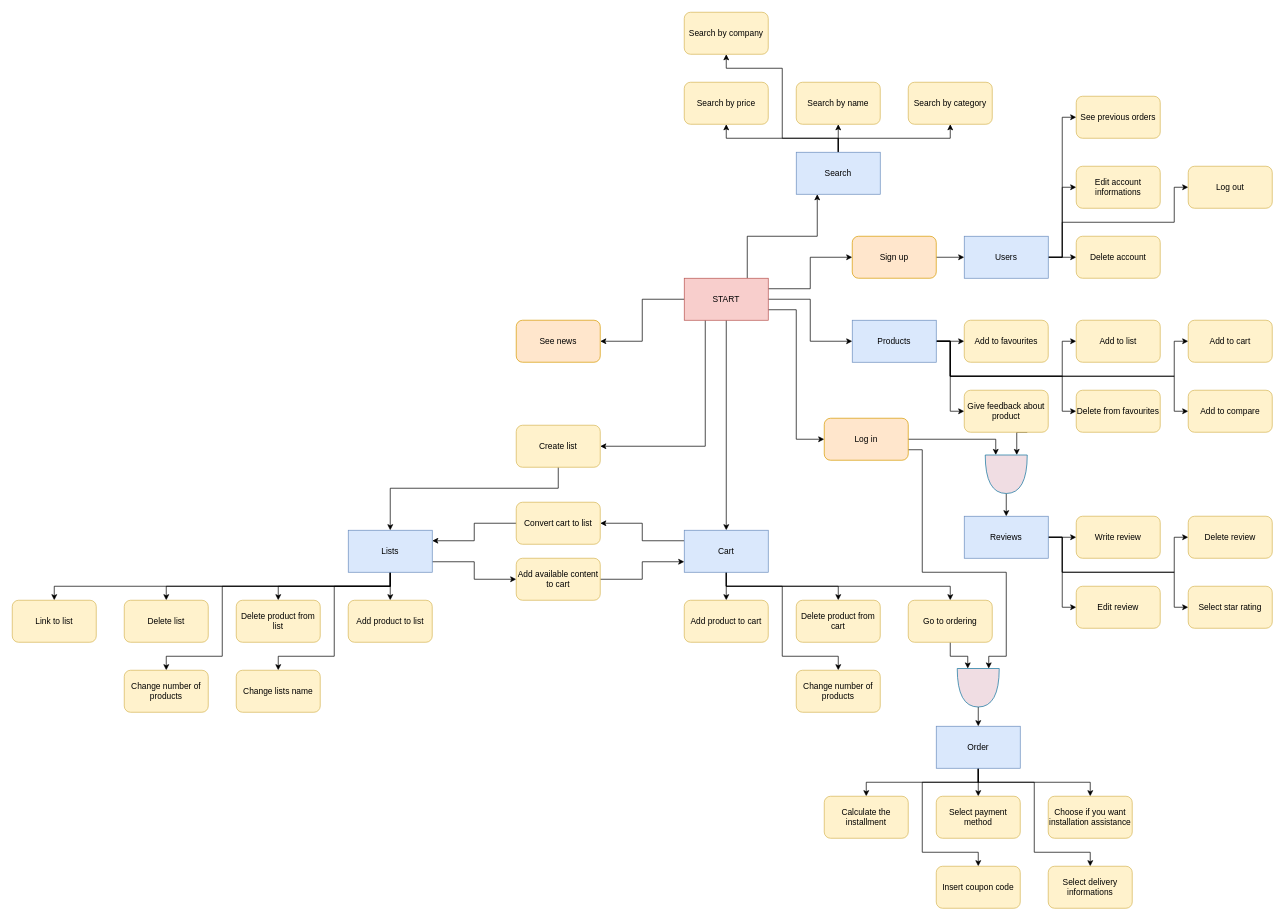
This is Documentation/DrawioFiles/functionalitiesSchema.drawio from Rumi152/X-KOMdb, a draw.io file, before an edit. Source tidied: cells renumbered, new cells numbered last; positions are measured from the earlier drawing's top-left corner, leaving out a move shared by most shapes. Both pictures are drawn from the tidied source at 70%, with x=0, y=0 at pixel (12, 12).
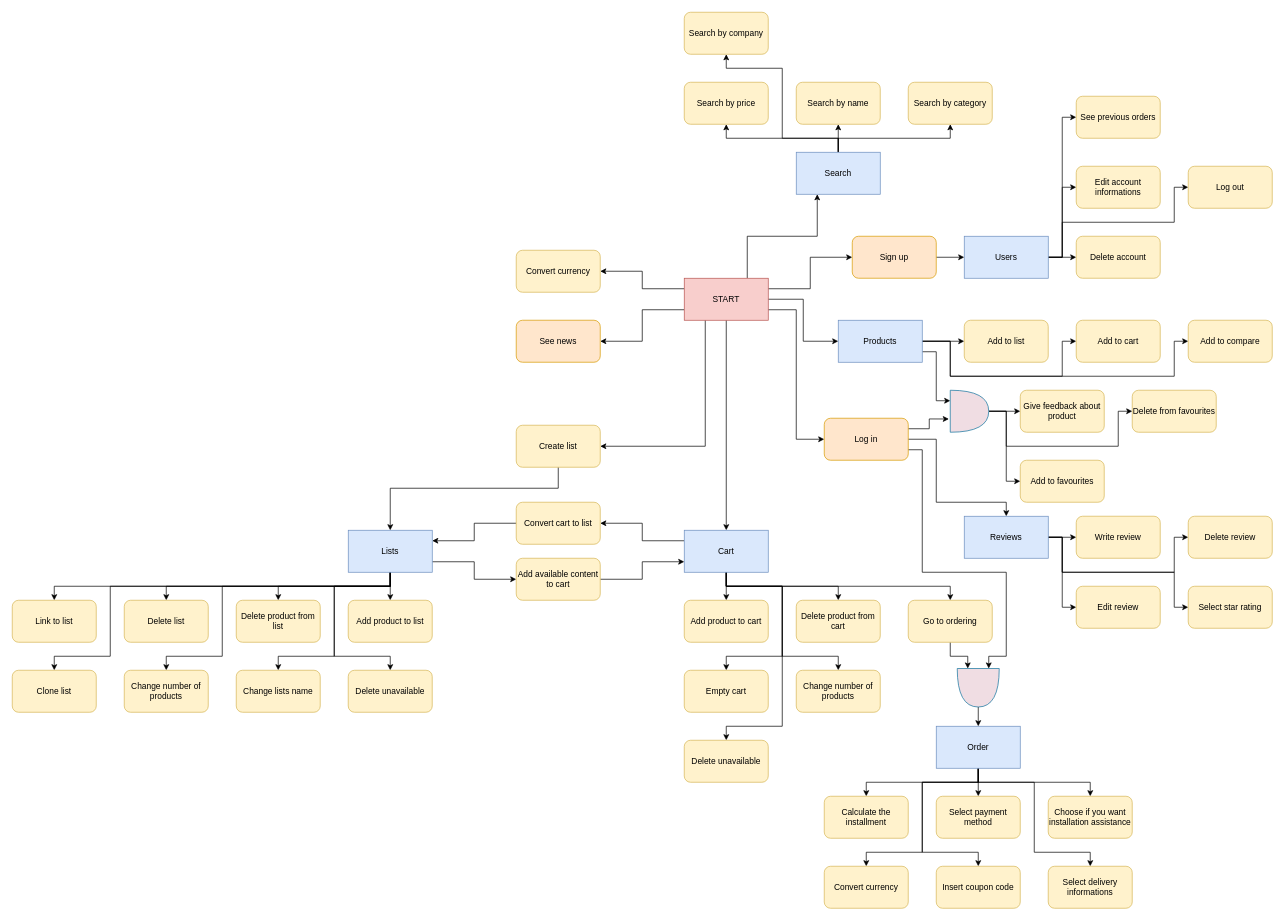
The same page after the edit.

Unchanged cells that the change refers to:
```xml
<mxCell id="9" value="START" style="rounded=0;whiteSpace=wrap;html=1;fillColor=#f8cecc;strokeColor=#b85450;fontColor=#000000;" parent="1" vertex="1">
  <mxGeometry x="960" y="380" width="120" height="60" as="geometry" />
</mxCell>
<mxCell id="12" value="Log in" style="rounded=1;whiteSpace=wrap;html=1;fillColor=#ffe6cc;strokeColor=#d79b00;fontColor=#000000;" parent="1" vertex="1">
  <mxGeometry x="1160" y="580" width="120" height="60" as="geometry" />
</mxCell>
<mxCell id="15" value="See news" style="rounded=1;whiteSpace=wrap;html=1;fillColor=#ffe6cc;strokeColor=#d79b00;fontColor=#000000;" parent="1" vertex="1">
  <mxGeometry x="720" y="440" width="120" height="60" as="geometry" />
</mxCell>
<mxCell id="26" value="Cart" style="rounded=0;whiteSpace=wrap;html=1;fillColor=#dae8fc;strokeColor=#6c8ebf;fontColor=#000000;" parent="1" vertex="1">
  <mxGeometry x="960" y="740" width="120" height="60" as="geometry" />
</mxCell>
<mxCell id="34" value="Lists" style="rounded=0;whiteSpace=wrap;html=1;fillColor=#dae8fc;strokeColor=#6c8ebf;fontColor=#000000;" parent="1" vertex="1">
  <mxGeometry x="480" y="740" width="120" height="60" as="geometry" />
</mxCell>
<mxCell id="46" value="Reviews" style="rounded=0;whiteSpace=wrap;html=1;fillColor=#dae8fc;strokeColor=#6c8ebf;fontColor=#000000;" parent="1" vertex="1">
  <mxGeometry x="1360" y="720" width="120" height="60" as="geometry" />
</mxCell>
<mxCell id="69" value="Order" style="rounded=0;whiteSpace=wrap;html=1;strokeColor=#6c8ebf;fontFamily=Helvetica;fontSize=12;fillColor=#dae8fc;fontColor=#000000;" parent="1" vertex="1">
  <mxGeometry x="1320" y="1020" width="120" height="60" as="geometry" />
</mxCell>
```

The edit, as a diff of the source:
```diff
@@
-    <mxCell id="7" style="edgeStyle=orthogonalEdgeStyle;rounded=0;jettySize=auto;html=1;exitX=0;exitY=0.5;exitDx=0;exitDy=0;entryX=1;entryY=0.5;entryDx=0;entryDy=0;fontFamily=Helvetica;fontSize=12;fontColor=#000000;" parent="1" edge="1" source="9" target="15">
+    <mxCell id="7" style="edgeStyle=orthogonalEdgeStyle;rounded=0;jettySize=auto;html=1;exitX=0;exitY=0.75;exitDx=0;exitDy=0;entryX=1;entryY=0.5;entryDx=0;entryDy=0;fontFamily=Helvetica;fontSize=12;fontColor=#000000;" parent="1" edge="1" source="9" target="15">
       <mxGeometry relative="1" as="geometry" />
     </mxCell>
@@
+    <mxCell id="103" style="edgeStyle=orthogonalEdgeStyle;rounded=0;jettySize=auto;html=1;exitX=0;exitY=0.25;exitDx=0;exitDy=0;entryX=1;entryY=0.5;entryDx=0;entryDy=0;fontFamily=Helvetica;fontSize=12;fontColor=#000000;" parent="1" edge="1" source="9" target="119">
+      <mxGeometry relative="1" as="geometry" />
+    </mxCell>
@@
-    <mxCell id="11" style="edgeStyle=orthogonalEdgeStyle;rounded=0;jettySize=auto;html=1;exitX=1;exitY=0.5;exitDx=0;exitDy=0;entryX=0;entryY=0.75;entryDx=0;entryDy=0;entryPerimeter=0;fontFamily=Helvetica;fontSize=12;fontColor=#000000;" parent="1" edge="1" source="12" target="93">
-      <mxGeometry relative="1" as="geometry" />
+    <mxCell id="11" style="edgeStyle=orthogonalEdgeStyle;rounded=0;jettySize=auto;html=1;exitX=1;exitY=0.5;exitDx=0;exitDy=0;entryX=0.5;entryY=0;entryDx=0;entryDy=0;fontFamily=Helvetica;fontSize=12;fontColor=#000000;" parent="1" edge="1" source="12" target="46">
+      <mxGeometry relative="1" as="geometry">
+        <Array as="points">
+          <mxPoint x="1320" y="610" />
+          <mxPoint x="1320" y="700" />
+          <mxPoint x="1420" y="700" />
+        </Array>
+      </mxGeometry>
     </mxCell>
+    <mxCell id="104" style="edgeStyle=orthogonalEdgeStyle;rounded=0;jettySize=auto;html=1;exitX=1;exitY=0.25;exitDx=0;exitDy=0;entryX=-0.036;entryY=0.684;entryDx=0;entryDy=0;entryPerimeter=0;" parent="1" edge="1" source="12" target="114">
+      <mxGeometry relative="1" as="geometry" />
+    </mxCell>
@@
+    <mxCell id="105" style="edgeStyle=orthogonalEdgeStyle;rounded=0;jettySize=auto;html=1;exitX=0.5;exitY=1;exitDx=0;exitDy=0;entryX=0.5;entryY=0;entryDx=0;entryDy=0;fontFamily=Helvetica;fontSize=12;fontColor=default;" parent="1" edge="1" source="26" target="116">
+      <mxGeometry relative="1" as="geometry">
+        <Array as="points">
+          <mxPoint x="1020" y="820" />
+          <mxPoint x="1100" y="820" />
+          <mxPoint x="1100" y="920" />
+          <mxPoint x="1020" y="920" />
+        </Array>
+      </mxGeometry>
+    </mxCell>
+    <mxCell id="106" style="edgeStyle=orthogonalEdgeStyle;rounded=0;jettySize=auto;html=1;exitX=0.5;exitY=1;exitDx=0;exitDy=0;entryX=0.5;entryY=0;entryDx=0;entryDy=0;fontFamily=Helvetica;fontSize=12;fontColor=default;" parent="1" edge="1" source="26" target="117">
+      <mxGeometry relative="1" as="geometry">
+        <Array as="points">
+          <mxPoint x="1020" y="820" />
+          <mxPoint x="1100" y="820" />
+          <mxPoint x="1100" y="1020" />
+          <mxPoint x="1020" y="1020" />
+        </Array>
+      </mxGeometry>
+    </mxCell>
@@
+    <mxCell id="107" style="edgeStyle=orthogonalEdgeStyle;rounded=0;jettySize=auto;html=1;exitX=0.5;exitY=1;exitDx=0;exitDy=0;entryX=0.5;entryY=0;entryDx=0;entryDy=0;" parent="1" edge="1" source="34" target="115">
+      <mxGeometry relative="1" as="geometry">
+        <Array as="points">
+          <mxPoint x="540" y="820" />
+          <mxPoint x="460" y="820" />
+          <mxPoint x="460" y="920" />
+          <mxPoint x="540" y="920" />
+        </Array>
+      </mxGeometry>
+    </mxCell>
+    <mxCell id="108" style="edgeStyle=orthogonalEdgeStyle;rounded=0;jettySize=auto;html=1;exitX=0.5;exitY=1;exitDx=0;exitDy=0;entryX=0.5;entryY=0;entryDx=0;entryDy=0;fontFamily=Helvetica;fontSize=12;fontColor=#000000;" parent="1" edge="1" source="34" target="118">
+      <mxGeometry relative="1" as="geometry">
+        <Array as="points">
+          <mxPoint x="540" y="820" />
+          <mxPoint x="140" y="820" />
+          <mxPoint x="140" y="920" />
+          <mxPoint x="60" y="920" />
+        </Array>
+      </mxGeometry>
+    </mxCell>
@@
-    <mxCell id="35" style="edgeStyle=orthogonalEdgeStyle;rounded=0;jettySize=auto;html=1;exitX=1;exitY=0.5;exitDx=0;exitDy=0;entryX=0;entryY=0.5;entryDx=0;entryDy=0;fontFamily=Helvetica;fontSize=12;fontColor=#000000;" parent="1" edge="1" source="41" target="86">
-      <mxGeometry relative="1" as="geometry" />
-    </mxCell>
     <mxCell id="36" style="edgeStyle=orthogonalEdgeStyle;rounded=0;jettySize=auto;html=1;exitX=1;exitY=0.5;exitDx=0;exitDy=0;entryX=0;entryY=0.5;entryDx=0;entryDy=0;fontFamily=Helvetica;fontSize=12;fontColor=#000000;" parent="1" edge="1" source="41" target="88">
       <mxGeometry relative="1" as="geometry">
         <Array as="points">
           <mxPoint x="1340" y="470" />
-          <mxPoint x="1340" y="520" />
-          <mxPoint x="1500" y="520" />
-          <mxPoint x="1500" y="470" />
+          <mxPoint x="1340" y="470" />
         </Array>
       </mxGeometry>
     </mxCell>
     <mxCell id="37" style="edgeStyle=orthogonalEdgeStyle;rounded=0;jettySize=auto;html=1;exitX=1;exitY=0.5;exitDx=0;exitDy=0;entryX=0;entryY=0.5;entryDx=0;entryDy=0;fontFamily=Helvetica;fontSize=12;fontColor=#000000;" parent="1" edge="1" source="41" target="89">
       <mxGeometry relative="1" as="geometry">
         <Array as="points">
           <mxPoint x="1340" y="470" />
           <mxPoint x="1340" y="520" />
-          <mxPoint x="1660" y="520" />
-          <mxPoint x="1660" y="470" />
+          <mxPoint x="1500" y="520" />
+          <mxPoint x="1500" y="470" />
         </Array>
       </mxGeometry>
     </mxCell>
-    <mxCell id="38" style="edgeStyle=orthogonalEdgeStyle;rounded=0;jettySize=auto;html=1;exitX=1;exitY=0.5;exitDx=0;exitDy=0;entryX=0;entryY=0.5;entryDx=0;entryDy=0;fontFamily=Helvetica;fontSize=12;fontColor=#000000;" parent="1" edge="1" source="41" target="91">
-      <mxGeometry relative="1" as="geometry" />
-    </mxCell>
-    <mxCell id="39" style="edgeStyle=orthogonalEdgeStyle;rounded=0;jettySize=auto;html=1;exitX=1;exitY=0.5;exitDx=0;exitDy=0;entryX=0;entryY=0.5;entryDx=0;entryDy=0;fontFamily=Helvetica;fontSize=12;fontColor=#000000;" parent="1" edge="1" source="41" target="87">
-      <mxGeometry relative="1" as="geometry">
-        <Array as="points">
-          <mxPoint x="1340" y="470" />
-          <mxPoint x="1340" y="520" />
-          <mxPoint x="1500" y="520" />
-          <mxPoint x="1500" y="570" />
-        </Array>
-      </mxGeometry>
-    </mxCell>
     <mxCell id="40" style="edgeStyle=orthogonalEdgeStyle;rounded=0;jettySize=auto;html=1;exitX=1;exitY=0.5;exitDx=0;exitDy=0;entryX=0;entryY=0.5;entryDx=0;entryDy=0;fontFamily=Helvetica;fontSize=12;fontColor=#000000;" parent="1" edge="1" source="41" target="97">
       <mxGeometry relative="1" as="geometry">
         <Array as="points">
           <mxPoint x="1340" y="470" />
           <mxPoint x="1340" y="520" />
           <mxPoint x="1660" y="520" />
-          <mxPoint x="1660" y="570" />
+          <mxPoint x="1660" y="470" />
         </Array>
       </mxGeometry>
     </mxCell>
+    <mxCell id="109" style="edgeStyle=orthogonalEdgeStyle;rounded=0;jettySize=auto;html=1;exitX=1;exitY=0.75;exitDx=0;exitDy=0;entryX=0;entryY=0.25;entryDx=0;entryDy=0;entryPerimeter=0;" parent="1" edge="1" source="41" target="114">
+      <mxGeometry relative="1" as="geometry" />
+    </mxCell>
     <mxCell id="41" value="Products" style="rounded=0;whiteSpace=wrap;html=1;fillColor=#dae8fc;strokeColor=#6c8ebf;fontColor=#000000;" parent="1" vertex="1">
-      <mxGeometry x="1200" y="440" width="120" height="60" as="geometry" />
+      <mxGeometry x="1180" y="440" width="120" height="60" as="geometry" />
     </mxCell>
@@
+    <mxCell id="110" style="edgeStyle=orthogonalEdgeStyle;rounded=0;jettySize=auto;html=1;exitX=0.5;exitY=1;exitDx=0;exitDy=0;entryX=0.5;entryY=0;entryDx=0;entryDy=0;fontFamily=Helvetica;fontSize=12;fontColor=#000000;" parent="1" edge="1" source="69" target="120">
+      <mxGeometry relative="1" as="geometry">
+        <Array as="points">
+          <mxPoint x="1380" y="1100" />
+          <mxPoint x="1300" y="1100" />
+          <mxPoint x="1300" y="1200" />
+          <mxPoint x="1220" y="1200" />
+        </Array>
+      </mxGeometry>
+    </mxCell>
@@
     <mxCell id="86" value="Add to favourites" style="rounded=1;whiteSpace=wrap;html=1;strokeColor=#d6b656;fontFamily=Helvetica;fontSize=12;fontColor=#000000;fillColor=#fff2cc;" parent="1" vertex="1">
-      <mxGeometry x="1360" y="440" width="120" height="60" as="geometry" />
+      <mxGeometry x="1440" y="640" width="120" height="60" as="geometry" />
     </mxCell>
     <mxCell id="87" value="Delete from favourites" style="rounded=1;whiteSpace=wrap;html=1;strokeColor=#d6b656;fontFamily=Helvetica;fontSize=12;fontColor=#000000;fillColor=#fff2cc;" parent="1" vertex="1">
-      <mxGeometry x="1520" y="540" width="120" height="60" as="geometry" />
+      <mxGeometry x="1600" y="540" width="120" height="60" as="geometry" />
     </mxCell>
     <mxCell id="88" value="Add to list" style="rounded=1;whiteSpace=wrap;html=1;strokeColor=#d6b656;fontFamily=Helvetica;fontSize=12;fontColor=#000000;fillColor=#fff2cc;" parent="1" vertex="1">
-      <mxGeometry x="1520" y="440" width="120" height="60" as="geometry" />
+      <mxGeometry x="1360" y="440" width="120" height="60" as="geometry" />
     </mxCell>
     <mxCell id="89" value="Add to cart" style="rounded=1;whiteSpace=wrap;html=1;strokeColor=#d6b656;fontFamily=Helvetica;fontSize=12;fontColor=#000000;fillColor=#fff2cc;" parent="1" vertex="1">
-      <mxGeometry x="1680" y="440" width="120" height="60" as="geometry" />
+      <mxGeometry x="1520" y="440" width="120" height="60" as="geometry" />
     </mxCell>
-    <mxCell id="90" style="edgeStyle=orthogonalEdgeStyle;rounded=0;jettySize=auto;html=1;exitX=0.75;exitY=1;exitDx=0;exitDy=0;entryX=0;entryY=0.25;entryDx=0;entryDy=0;entryPerimeter=0;fontFamily=Helvetica;fontSize=12;fontColor=#000000;" parent="1" edge="1" source="91" target="93">
-      <mxGeometry relative="1" as="geometry" />
-    </mxCell>
     <mxCell id="91" value="Give feedback about product" style="rounded=1;whiteSpace=wrap;html=1;strokeColor=#d6b656;fontFamily=Helvetica;fontSize=12;fontColor=#000000;fillColor=#fff2cc;" parent="1" vertex="1">
-      <mxGeometry x="1360" y="540" width="120" height="60" as="geometry" />
+      <mxGeometry x="1440" y="540" width="120" height="60" as="geometry" />
     </mxCell>
-    <mxCell id="92" style="edgeStyle=orthogonalEdgeStyle;rounded=0;jettySize=auto;html=1;exitX=1;exitY=0.5;exitDx=0;exitDy=0;exitPerimeter=0;entryX=0.5;entryY=0;entryDx=0;entryDy=0;fontFamily=Helvetica;fontSize=12;fontColor=#000000;" parent="1" edge="1" source="93" target="46">
-      <mxGeometry relative="1" as="geometry" />
-    </mxCell>
-    <mxCell id="93" style="shape=or;whiteSpace=wrap;html=1;rounded=1;strokeColor=#10739e;fontFamily=Helvetica;fontSize=12;fillColor=#F0DDE3;rotation=90;fontColor=#000000;" parent="1" vertex="1">
-      <mxGeometry x="1392.5" y="630" width="55" height="60" as="geometry" />
-    </mxCell>
@@
     <mxCell id="97" value="Add to compare" style="rounded=1;whiteSpace=wrap;html=1;strokeColor=#d6b656;fontFamily=Helvetica;fontSize=12;fontColor=#000000;fillColor=#fff2cc;" parent="1" vertex="1">
-      <mxGeometry x="1680" y="540" width="120" height="60" as="geometry" />
+      <mxGeometry x="1680" y="440" width="120" height="60" as="geometry" />
     </mxCell>
@@
+    <mxCell id="111" style="edgeStyle=orthogonalEdgeStyle;rounded=0;jettySize=auto;html=1;exitX=1;exitY=0.5;exitDx=0;exitDy=0;exitPerimeter=0;entryX=0;entryY=0.5;entryDx=0;entryDy=0;" parent="1" edge="1" source="114" target="91">
+      <mxGeometry relative="1" as="geometry" />
+    </mxCell>
+    <mxCell id="112" style="edgeStyle=orthogonalEdgeStyle;rounded=0;jettySize=auto;html=1;exitX=1;exitY=0.5;exitDx=0;exitDy=0;exitPerimeter=0;entryX=0;entryY=0.5;entryDx=0;entryDy=0;" parent="1" edge="1" source="114" target="86">
+      <mxGeometry relative="1" as="geometry">
+        <Array as="points">
+          <mxPoint x="1420" y="570" />
+          <mxPoint x="1420" y="670" />
+        </Array>
+      </mxGeometry>
+    </mxCell>
+    <mxCell id="113" style="edgeStyle=orthogonalEdgeStyle;rounded=0;jettySize=auto;html=1;exitX=1;exitY=0.5;exitDx=0;exitDy=0;exitPerimeter=0;entryX=0;entryY=0.5;entryDx=0;entryDy=0;" parent="1" edge="1" source="114" target="87">
+      <mxGeometry relative="1" as="geometry">
+        <Array as="points">
+          <mxPoint x="1420" y="570" />
+          <mxPoint x="1420" y="620" />
+          <mxPoint x="1580" y="620" />
+        </Array>
+      </mxGeometry>
+    </mxCell>
+    <mxCell id="114" style="shape=or;whiteSpace=wrap;html=1;rounded=1;strokeColor=#10739e;fontFamily=Helvetica;fontSize=12;fillColor=#F0DDE3;rotation=0;fontColor=#000000;" parent="1" vertex="1">
+      <mxGeometry x="1340" y="540" width="55" height="60" as="geometry" />
+    </mxCell>
+    <mxCell id="115" value="Delete unavailable" style="rounded=1;whiteSpace=wrap;html=1;fillColor=#fff2cc;strokeColor=#d6b656;fontColor=#000000;" parent="1" vertex="1">
+      <mxGeometry x="480" y="940" width="120" height="60" as="geometry" />
+    </mxCell>
+    <mxCell id="116" value="Empty cart" style="rounded=1;whiteSpace=wrap;html=1;fillColor=#fff2cc;strokeColor=#d6b656;fontColor=#000000;" parent="1" vertex="1">
+      <mxGeometry x="960" y="940" width="120" height="60" as="geometry" />
+    </mxCell>
+    <mxCell id="117" value="Delete unavailable" style="rounded=1;whiteSpace=wrap;html=1;fillColor=#fff2cc;strokeColor=#d6b656;fontColor=#000000;" parent="1" vertex="1">
+      <mxGeometry x="960" y="1040" width="120" height="60" as="geometry" />
+    </mxCell>
+    <mxCell id="118" value="Clone list" style="rounded=1;whiteSpace=wrap;html=1;strokeColor=#d6b656;fontFamily=Helvetica;fontSize=12;fontColor=#000000;fillColor=#fff2cc;" parent="1" vertex="1">
+      <mxGeometry y="940" width="120" height="60" as="geometry" />
+    </mxCell>
+    <mxCell id="119" value="Convert currency" style="rounded=1;whiteSpace=wrap;html=1;strokeColor=#d6b656;fontFamily=Helvetica;fontSize=12;fontColor=#000000;fillColor=#fff2cc;" parent="1" vertex="1">
+      <mxGeometry x="720" y="340" width="120" height="60" as="geometry" />
+    </mxCell>
+    <mxCell id="120" value="Convert currency" style="rounded=1;whiteSpace=wrap;html=1;strokeColor=#d6b656;fontFamily=Helvetica;fontSize=12;fontColor=#000000;fillColor=#fff2cc;" parent="1" vertex="1">
+      <mxGeometry x="1160" y="1220" width="120" height="60" as="geometry" />
+    </mxCell>
```
